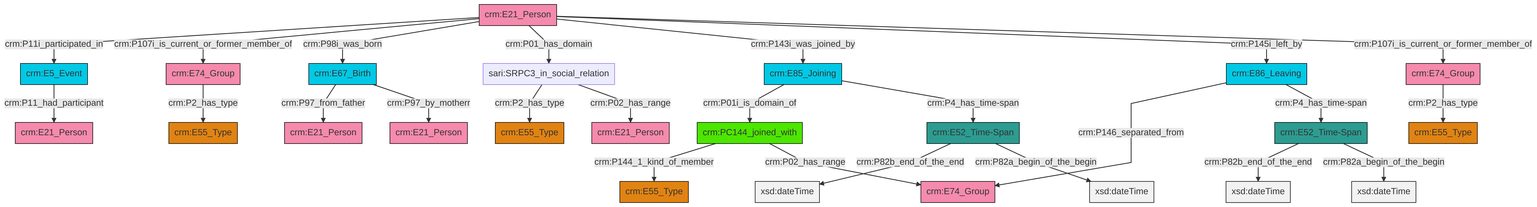
This is et/personCSV/ttl/mmd/png/Person_Actor_Relations.png from swiss-art-research-net/reference-data-models, a Mermaid export, as it was before one commit. Its source is kept beside it as et/personCSV/ttl/mmd/Person_Actor_Relations.ttl.mmd.
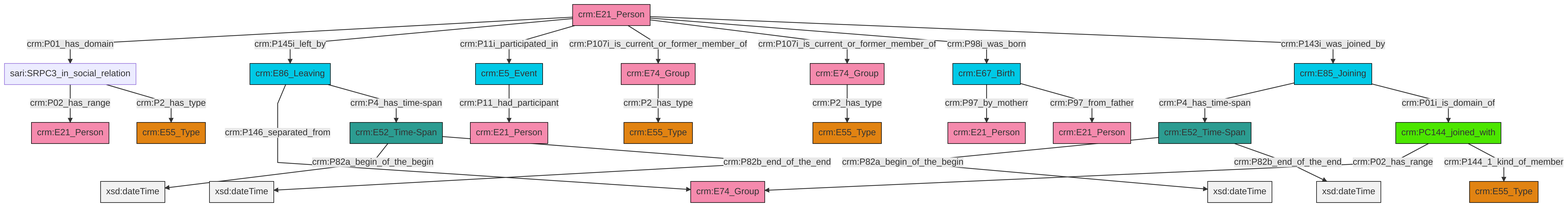
The same diagram one commit later.

Change to the diagram source:
```diff
@@ -13,27 +13,27 @@
 classDef PC_Classes fill:#4ce600, stroke:#000000;
 classDef Multi fill:#cccccc,stroke:#000000;
 
-0["crm:E74_Group"]:::Actor -->|crm:P2_has_type| 1["crm:E55_Type"]:::Type
-2["crm:E86_Leaving"]:::Temporal_Entity -->|crm:P146_separated_from| 3["crm:E74_Group"]:::Actor
-10["crm:E21_Person"]:::Actor -->|crm:P11i_participated_in| 11["crm:E5_Event"]:::Temporal_Entity
-10["crm:E21_Person"]:::Actor -->|crm:P107i_is_current_or_former_member_of| 12["crm:E74_Group"]:::Actor
-18["crm:E67_Birth"]:::Temporal_Entity -->|crm:P97_from_father| 19["crm:E21_Person"]:::Actor
-21["crm:E85_Joining"]:::Temporal_Entity -->|crm:P01i_is_domain_of| 22["crm:PC144_joined_with"]:::PC_Classes
-10["crm:E21_Person"]:::Actor -->|crm:P98i_was_born| 18["crm:E67_Birth"]:::Temporal_Entity
-10["crm:E21_Person"]:::Actor -->|crm:P01_has_domain| 27["sari:SRPC3_in_social_relation"]:::Default
-27["sari:SRPC3_in_social_relation"]:::Default -->|crm:P2_has_type| 16["crm:E55_Type"]:::Type
-30["crm:E52_Time-Span"]:::Time-Span -->|crm:P82b_end_of_the_end| 31[xsd:dateTime]:::Literal
-30["crm:E52_Time-Span"]:::Time-Span -->|crm:P82a_begin_of_the_begin| 33[xsd:dateTime]:::Literal
-2["crm:E86_Leaving"]:::Temporal_Entity -->|crm:P4_has_time-span| 30["crm:E52_Time-Span"]:::Time-Span
-10["crm:E21_Person"]:::Actor -->|crm:P143i_was_joined_by| 21["crm:E85_Joining"]:::Temporal_Entity
-11["crm:E5_Event"]:::Temporal_Entity -->|crm:P11_had_participant| 35["crm:E21_Person"]:::Actor
-22["crm:PC144_joined_with"]:::PC_Classes -->|crm:P144_1_kind_of_member| 8["crm:E55_Type"]:::Type
-21["crm:E85_Joining"]:::Temporal_Entity -->|crm:P4_has_time-span| 37["crm:E52_Time-Span"]:::Time-Span
-18["crm:E67_Birth"]:::Temporal_Entity -->|crm:P97_by_motherr| 13["crm:E21_Person"]:::Actor
-10["crm:E21_Person"]:::Actor -->|crm:P145i_left_by| 2["crm:E86_Leaving"]:::Temporal_Entity
-10["crm:E21_Person"]:::Actor -->|crm:P107i_is_current_or_former_member_of| 0["crm:E74_Group"]:::Actor
-37["crm:E52_Time-Span"]:::Time-Span -->|crm:P82b_end_of_the_end| 40[xsd:dateTime]:::Literal
-37["crm:E52_Time-Span"]:::Time-Span -->|crm:P82a_begin_of_the_begin| 41[xsd:dateTime]:::Literal
-12["crm:E74_Group"]:::Actor -->|crm:P2_has_type| 6["crm:E55_Type"]:::Type
-22["crm:PC144_joined_with"]:::PC_Classes -->|crm:P02_has_range| 3["crm:E74_Group"]:::Actor
-27["sari:SRPC3_in_social_relation"]:::Default -->|crm:P02_has_range| 4["crm:E21_Person"]:::Actor
+0["crm:E21_Person"]:::Actor -->|crm:P01_has_domain| 1["sari:SRPC3_in_social_relation"]:::Default
+2["crm:E5_Event"]:::Temporal_Entity -->|crm:P11_had_participant| 3["crm:E21_Person"]:::Actor
+5["crm:E85_Joining"]:::Temporal_Entity -->|crm:P4_has_time-span| 6["crm:E52_Time-Span"]:::Time-Span
+7["crm:PC144_joined_with"]:::PC_Classes -->|crm:P02_has_range| 8["crm:E74_Group"]:::Actor
+0["crm:E21_Person"]:::Actor -->|crm:P145i_left_by| 9["crm:E86_Leaving"]:::Temporal_Entity
+10["crm:E74_Group"]:::Actor -->|crm:P2_has_type| 11["crm:E55_Type"]:::Type
+1["sari:SRPC3_in_social_relation"]:::Default -->|crm:P02_has_range| 12["crm:E21_Person"]:::Actor
+5["crm:E85_Joining"]:::Temporal_Entity -->|crm:P01i_is_domain_of| 7["crm:PC144_joined_with"]:::PC_Classes
+14["crm:E52_Time-Span"]:::Time-Span -->|crm:P82a_begin_of_the_begin| 15[xsd:dateTime]:::Literal
+9["crm:E86_Leaving"]:::Temporal_Entity -->|crm:P146_separated_from| 8["crm:E74_Group"]:::Actor
+9["crm:E86_Leaving"]:::Temporal_Entity -->|crm:P4_has_time-span| 14["crm:E52_Time-Span"]:::Time-Span
+0["crm:E21_Person"]:::Actor -->|crm:P11i_participated_in| 2["crm:E5_Event"]:::Temporal_Entity
+6["crm:E52_Time-Span"]:::Time-Span -->|crm:P82a_begin_of_the_begin| 30[xsd:dateTime]:::Literal
+0["crm:E21_Person"]:::Actor -->|crm:P107i_is_current_or_former_member_of| 10["crm:E74_Group"]:::Actor
+32["crm:E67_Birth"]:::Temporal_Entity -->|crm:P97_by_motherr| 21["crm:E21_Person"]:::Actor
+0["crm:E21_Person"]:::Actor -->|crm:P107i_is_current_or_former_member_of| 16["crm:E74_Group"]:::Actor
+7["crm:PC144_joined_with"]:::PC_Classes -->|crm:P144_1_kind_of_member| 27["crm:E55_Type"]:::Type
+16["crm:E74_Group"]:::Actor -->|crm:P2_has_type| 19["crm:E55_Type"]:::Type
+0["crm:E21_Person"]:::Actor -->|crm:P98i_was_born| 32["crm:E67_Birth"]:::Temporal_Entity
+32["crm:E67_Birth"]:::Temporal_Entity -->|crm:P97_from_father| 25["crm:E21_Person"]:::Actor
+1["sari:SRPC3_in_social_relation"]:::Default -->|crm:P2_has_type| 23["crm:E55_Type"]:::Type
+6["crm:E52_Time-Span"]:::Time-Span -->|crm:P82b_end_of_the_end| 39[xsd:dateTime]:::Literal
+0["crm:E21_Person"]:::Actor -->|crm:P143i_was_joined_by| 5["crm:E85_Joining"]:::Temporal_Entity
+14["crm:E52_Time-Span"]:::Time-Span -->|crm:P82b_end_of_the_end| 46[xsd:dateTime]:::Literal
```
